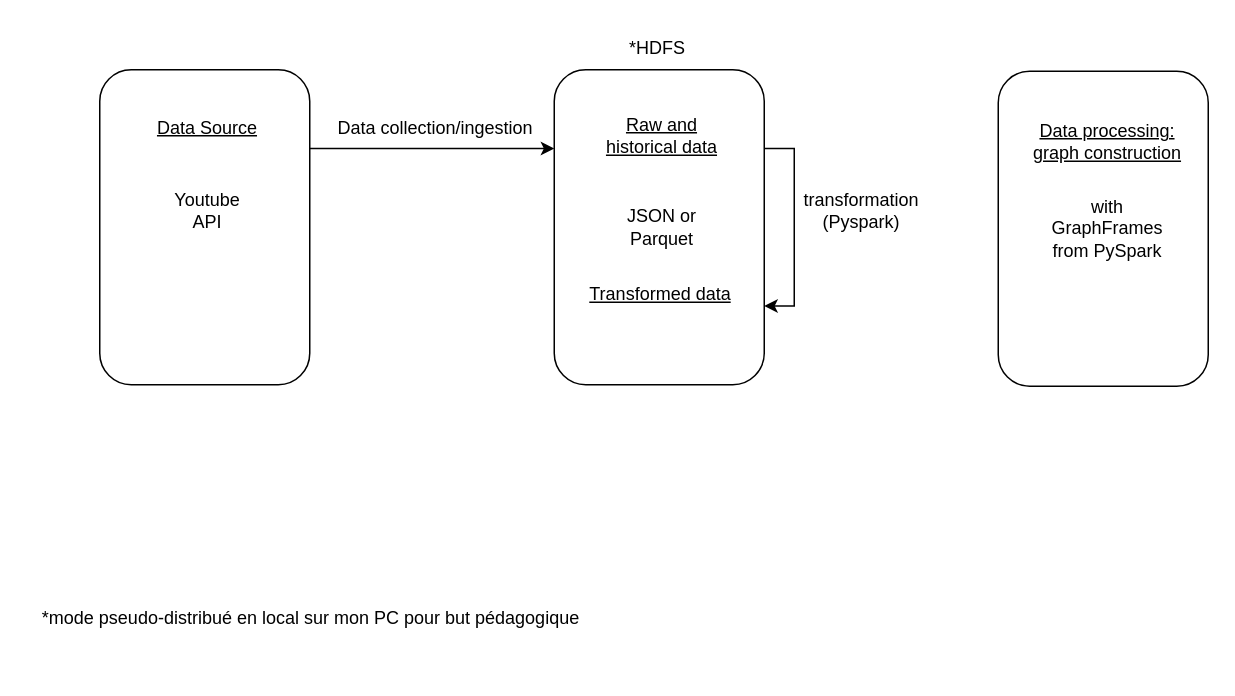
The draw.io diagram diagramme_projet_v2.drawio in WheelsAndScripts/mapping-ytb-influencer-networks, before the edit. Source tidied: cells renumbered, new cells numbered last; positions are measured from the earlier drawing's top-left corner, leaving out a move shared by most shapes. Both pictures are drawn from the tidied source at 150%, with x=0, y=0 at pixel (26, 26).
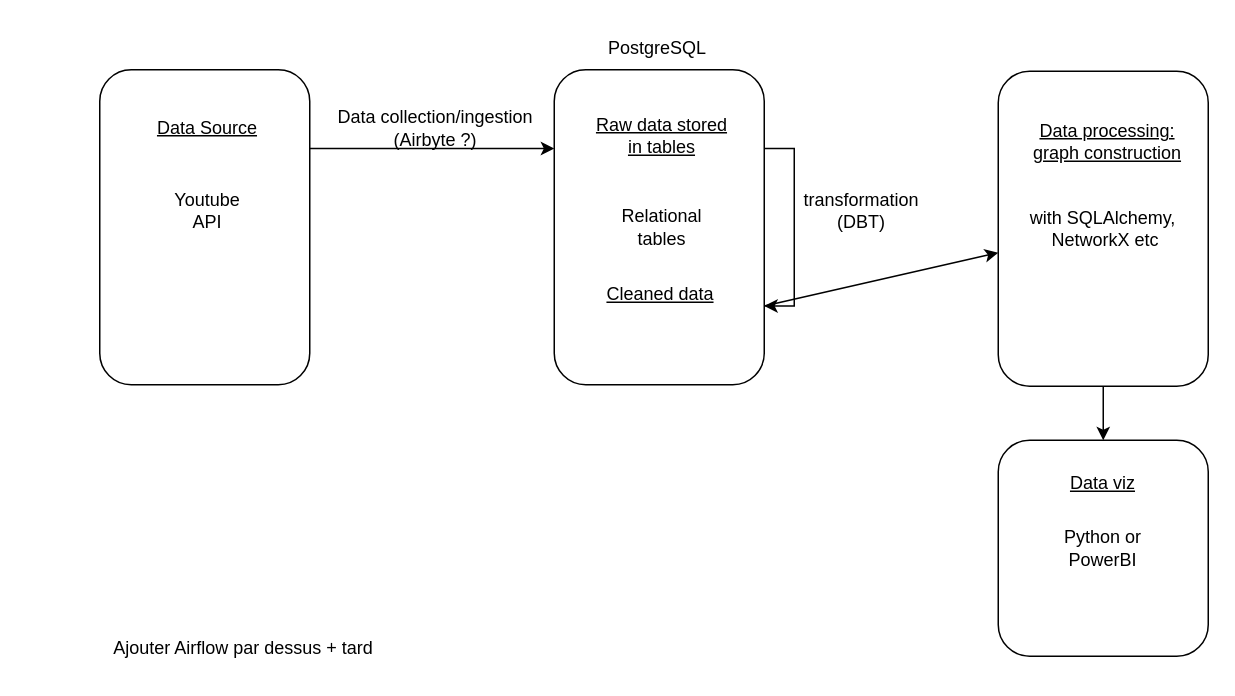
Above is the later version.

Commit message:
Mettre à jour diagramme_projet_v2.drawio

Unchanged cells that the change refers to:
```xml
<mxCell id="6" style="rounded=1;whiteSpace=wrap;html=1;rotation=90;" parent="1" vertex="1">
  <mxGeometry x="317" y="64" width="210" height="140" as="geometry" />
</mxCell>
<mxCell id="12" style="rounded=1;whiteSpace=wrap;html=1;rotation=90;" parent="1" vertex="1">
  <mxGeometry x="613" y="65" width="210" height="140" as="geometry" />
</mxCell>
```

The edit, as a diff of the source:
```diff
@@
-    <mxCell id="7" value="&lt;u&gt;Raw and historical data&lt;/u&gt;" style="text;html=1;align=center;verticalAlign=middle;whiteSpace=wrap;rounded=0;" parent="1" vertex="1">
+    <mxCell id="7" value="&lt;u&gt;Raw data stored in tables&lt;/u&gt;" style="text;html=1;align=center;verticalAlign=middle;whiteSpace=wrap;rounded=0;" parent="1" vertex="1">
       <mxGeometry x="374" y="58" width="100" height="30" as="geometry" />
     </mxCell>
-    <mxCell id="8" value="&lt;u&gt;Transformed data&lt;/u&gt;" style="text;html=1;align=center;verticalAlign=middle;whiteSpace=wrap;rounded=0;" parent="1" vertex="1">
+    <mxCell id="8" value="&lt;u&gt;Cleaned data&lt;/u&gt;" style="text;html=1;align=center;verticalAlign=middle;whiteSpace=wrap;rounded=0;" parent="1" vertex="1">
       <mxGeometry x="373" y="164" width="100" height="30" as="geometry" />
     </mxCell>
-    <mxCell id="9" value="JSON or Parquet" style="text;html=1;align=center;verticalAlign=middle;whiteSpace=wrap;rounded=0;" parent="1" vertex="1">
+    <mxCell id="9" value="Relational tables" style="text;html=1;align=center;verticalAlign=middle;whiteSpace=wrap;rounded=0;" parent="1" vertex="1">
       <mxGeometry x="394" y="119" width="60" height="30" as="geometry" />
     </mxCell>
-    <mxCell id="10" value="*HDFS" style="text;html=1;align=center;verticalAlign=middle;whiteSpace=wrap;rounded=0;" parent="1" vertex="1">
+    <mxCell id="10" value="PostgreSQL " style="text;html=1;align=center;verticalAlign=middle;whiteSpace=wrap;rounded=0;" parent="1" vertex="1">
       <mxGeometry x="361" width="120" height="30" as="geometry" />
     </mxCell>
-    <mxCell id="11" value="*mode pseudo-distribué en local sur mon PC pour but pédagogique" style="text;html=1;align=center;verticalAlign=middle;whiteSpace=wrap;rounded=0;" parent="1" vertex="1">
-      <mxGeometry y="380" width="380" height="30" as="geometry" />
-    </mxCell>
@@
-    <mxCell id="14" value="with GraphFrames from PySpark" style="text;html=1;align=center;verticalAlign=middle;whiteSpace=wrap;rounded=0;" parent="1" vertex="1">
-      <mxGeometry x="691" y="120" width="60" height="30" as="geometry" />
-    </mxCell>
-    <mxCell id="15" value="Data collection/ingestion" style="text;html=1;align=center;verticalAlign=middle;whiteSpace=wrap;rounded=0;" parent="1" vertex="1">
+    <mxCell id="15" value="Data collection/ingestion (Airbyte ?)" style="text;html=1;align=center;verticalAlign=middle;whiteSpace=wrap;rounded=0;" parent="1" vertex="1">
       <mxGeometry x="188" y="53" width="170" height="30" as="geometry" />
     </mxCell>
@@
-    <mxCell id="17" value="transformation (Pyspark)" style="text;html=1;align=center;verticalAlign=middle;whiteSpace=wrap;rounded=0;" parent="1" vertex="1">
+    <mxCell id="17" value="transformation (DBT)" style="text;html=1;align=center;verticalAlign=middle;whiteSpace=wrap;rounded=0;" parent="1" vertex="1">
       <mxGeometry x="527" y="108" width="60" height="30" as="geometry" />
     </mxCell>
+    <mxCell id="18" value="with&amp;nbsp;SQLAlchemy,&lt;div&gt;&amp;nbsp;NetworkX etc&lt;/div&gt;" style="text;html=1;align=center;verticalAlign=middle;whiteSpace=wrap;rounded=0;" parent="1" vertex="1">
+      <mxGeometry x="688" y="120" width="60" height="30" as="geometry" />
+    </mxCell>
+    <mxCell id="19" style="rounded=1;whiteSpace=wrap;html=1;rotation=90;" parent="1" vertex="1">
+      <mxGeometry x="646" y="278" width="144" height="140" as="geometry" />
+    </mxCell>
+    <mxCell id="20" value="&lt;u&gt;Data viz&lt;/u&gt;" style="text;html=1;align=center;verticalAlign=middle;whiteSpace=wrap;rounded=0;" parent="1" vertex="1">
+      <mxGeometry x="663" y="290" width="110" height="30" as="geometry" />
+    </mxCell>
+    <mxCell id="21" value="Python or PowerBI" style="text;html=1;align=center;verticalAlign=middle;whiteSpace=wrap;rounded=0;" parent="1" vertex="1">
+      <mxGeometry x="688" y="333" width="60" height="30" as="geometry" />
+    </mxCell>
+    <mxCell id="22" style="endArrow=classic;html=1;rounded=0;exitX=0.75;exitY=0;exitDx=0;exitDy=0;" parent="1" edge="1" source="6" target="12">
+      <mxGeometry relative="1" as="geometry" />
+    </mxCell>
+    <mxCell id="23" style="endArrow=classic;html=1;rounded=0;entryX=0;entryY=0.5;entryDx=0;entryDy=0;exitX=1;exitY=0.5;exitDx=0;exitDy=0;" parent="1" edge="1" source="12" target="19">
+      <mxGeometry relative="1" as="geometry" />
+    </mxCell>
+    <mxCell id="24" value="Ajouter Airflow par dessus + tard" style="text;html=1;align=center;verticalAlign=middle;whiteSpace=wrap;rounded=0;" parent="1" vertex="1">
+      <mxGeometry x="40" y="400" width="210" height="30" as="geometry" />
+    </mxCell>
```
